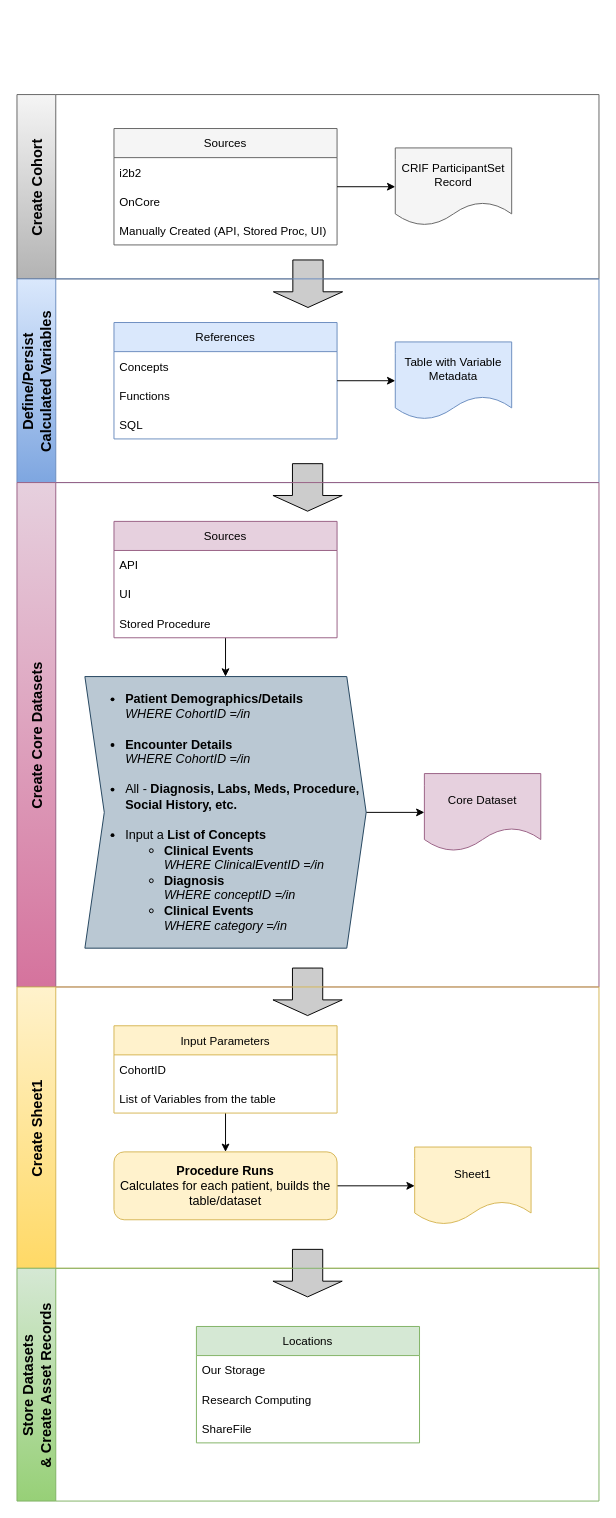
This is page "Sheet 1 Technical Build" (3 of 7) of Clinical Data Request.drawio from ntimkovich/UAB-II-Diagrams, a draw.io file, before an edit. Source tidied: cells renumbered, new cells numbered last; positions are measured from the earlier drawing's top-left corner, leaving out a move shared by most shapes. Both pictures are drawn from the tidied source at 97%, with x=0, y=0 at pixel (16, 94).
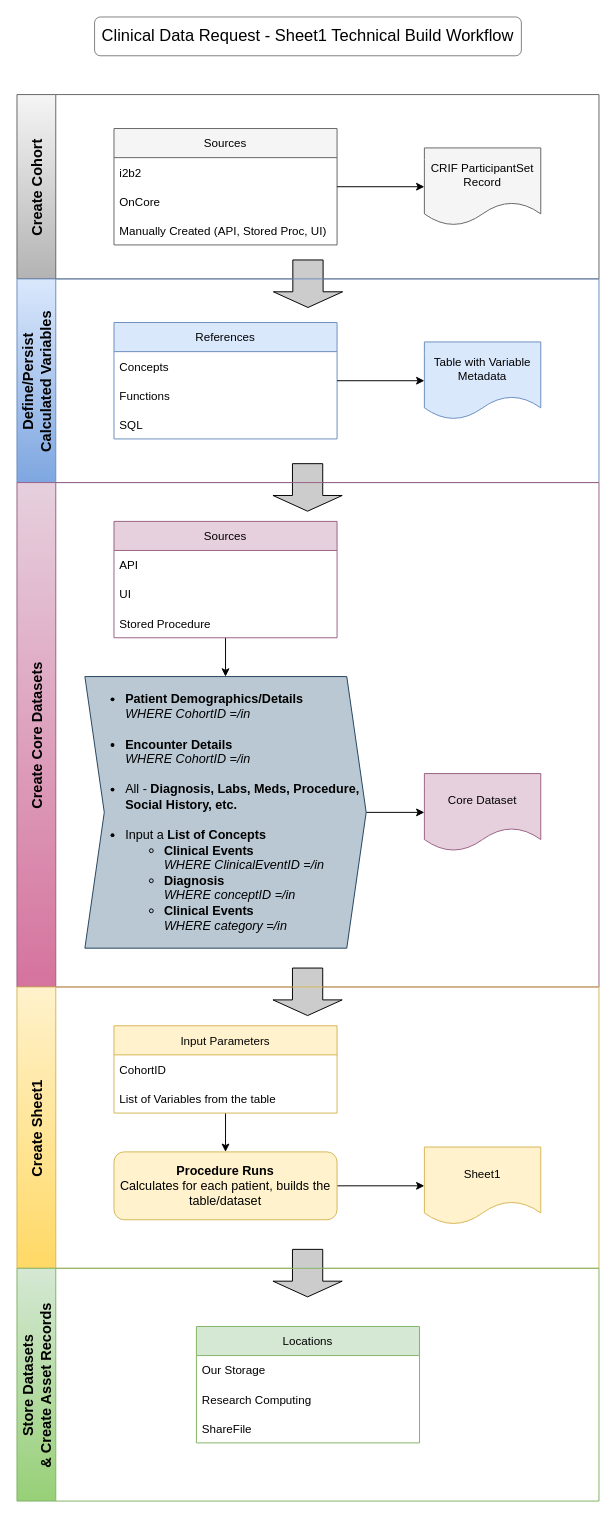
The same page after the edit.

The change refers to these unchanged cells:
```xml
<mxCell id="2" value="Create Cohort" style="swimlane;horizontal=0;fillColor=#f5f5f5;fontSize=15;startSize=40;gradientColor=#b3b3b3;strokeColor=#666666;" parent="1" vertex="1">
  <mxGeometry width="600" height="190" as="geometry" />
</mxCell>
<mxCell id="10" value="Define/Persist &#10;Calculated Variables" style="swimlane;horizontal=0;fillColor=#dae8fc;fontSize=15;startSize=40;gradientColor=#7ea6e0;strokeColor=#6c8ebf;" parent="1" vertex="1">
  <mxGeometry y="190" width="600" height="210" as="geometry" />
</mxCell>
<mxCell id="28" value="Create Sheet1" style="swimlane;horizontal=0;fillColor=#fff2cc;fontSize=15;startSize=40;gradientColor=#ffd966;strokeColor=#d6b656;" parent="1" vertex="1">
  <mxGeometry y="920" width="600" height="290" as="geometry" />
</mxCell>
```

Change to the diagram source:
```diff
@@
     <mxCell id="7" value="CRIF ParticipantSet Record" style="shape=document;whiteSpace=wrap;html=1;boundedLbl=1;fillColor=#f5f5f5;strokeColor=#666666;gradientColor=none;" parent="2" vertex="1">
-      <mxGeometry x="390" y="55" width="120" height="80" as="geometry" />
+      <mxGeometry x="420" y="55" width="120" height="80" as="geometry" />
     </mxCell>
@@
     <mxCell id="15" value="Table with Variable Metadata" style="shape=document;whiteSpace=wrap;html=1;boundedLbl=1;fillColor=#dae8fc;strokeColor=#6c8ebf;gradientColor=none;" parent="10" vertex="1">
-      <mxGeometry x="390" y="65" width="120" height="80" as="geometry" />
+      <mxGeometry x="420" y="65" width="120" height="80" as="geometry" />
     </mxCell>
@@
     <mxCell id="37" value="Sheet1" style="shape=document;whiteSpace=wrap;html=1;boundedLbl=1;fillColor=#fff2cc;strokeColor=#d6b656;gradientColor=none;" parent="28" vertex="1">
-      <mxGeometry x="410" y="165" width="120" height="80" as="geometry" />
+      <mxGeometry x="420" y="165" width="120" height="80" as="geometry" />
     </mxCell>
@@
+    <mxCell id="46" value="Clinical Data Request - Sheet1 Technical Build Workflow" style="text;html=1;align=center;verticalAlign=middle;whiteSpace=wrap;rounded=1;fontSize=17;opacity=50;strokeColor=default;fillColor=#FFFFFF;fillStyle=solid;" parent="1" vertex="1">
+      <mxGeometry x="80" y="-80" width="440" height="40" as="geometry" />
+    </mxCell>
```
